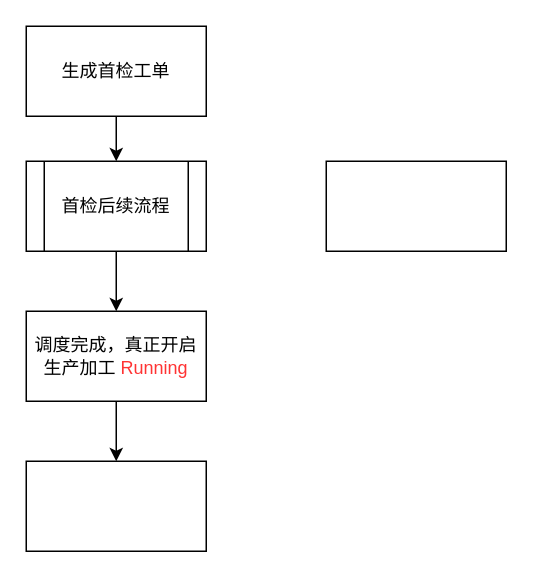
Earlier version of the draw.io diagram page "巡检" (2 of 2) of 首检流程.drawio (sstlin/os-shell). Source tidied: cells renumbered, new cells numbered last; positions are measured from the earlier drawing's top-left corner, leaving out a move shared by most shapes. Both pictures are drawn from the tidied source at 150%, with x=0, y=0 at pixel (26, 26).
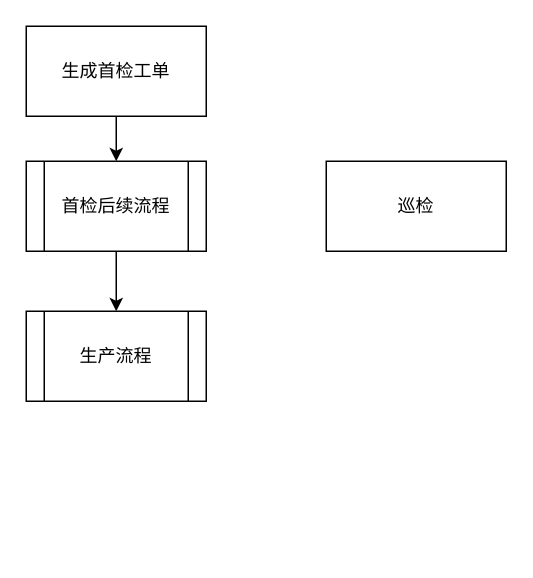
The same page after the edit.

Commit message (it also covers changes not shown here):
更新首检流程.drawio

Change to the diagram source:
```diff
@@
 <mxGraphModel>
   <root>
     <mxCell id="0" />
     <mxCell id="1" parent="0" />
-    <mxCell id="2" style="edgeStyle=orthogonalEdgeStyle;rounded=0;jettySize=auto;html=1;exitX=0.5;exitY=1;exitDx=0;exitDy=0;entryX=0.5;entryY=0;entryDx=0;entryDy=0;" parent="1" edge="1" source="3" target="4">
-      <mxGeometry relative="1" as="geometry" />
-    </mxCell>
-    <mxCell id="3" value="调度完成，真正开启生产加工 &lt;font color=&quot;#ff3333&quot;&gt;Running&lt;/font&gt;" style="whiteSpace=wrap;html=1;rounded=0;" parent="1" vertex="1">
-      <mxGeometry y="190" width="120" height="60" as="geometry" />
-    </mxCell>
-    <mxCell id="4" style="rounded=0;whiteSpace=wrap;html=1;" parent="1" vertex="1">
-      <mxGeometry y="290" width="120" height="60" as="geometry" />
-    </mxCell>
     <mxCell id="5" style="edgeStyle=orthogonalEdgeStyle;rounded=0;jettySize=auto;html=1;exitX=0.5;exitY=1;exitDx=0;exitDy=0;entryX=0.5;entryY=0;entryDx=0;entryDy=0;" parent="1" edge="1" source="6" target="8">
       <mxGeometry relative="1" as="geometry" />
     </mxCell>
     <mxCell id="6" value="生成首检工单" style="rounded=0;whiteSpace=wrap;html=1;" parent="1" vertex="1">
       <mxGeometry width="120" height="60" as="geometry" />
     </mxCell>
-    <mxCell id="7" style="edgeStyle=orthogonalEdgeStyle;rounded=0;jettySize=auto;html=1;exitX=0.5;exitY=1;exitDx=0;exitDy=0;entryX=0.5;entryY=0;entryDx=0;entryDy=0;" parent="1" edge="1" source="8" target="3">
-      <mxGeometry relative="1" as="geometry" />
+    <mxCell id="7" style="edgeStyle=orthogonalEdgeStyle;rounded=0;jettySize=auto;html=1;exitX=0.5;exitY=1;exitDx=0;exitDy=0;entryX=0.5;entryY=0;entryDx=0;entryDy=0;" parent="1" edge="1" source="8">
+      <mxGeometry relative="1" as="geometry">
+        <mxPoint x="60" y="190" as="targetPoint" />
+      </mxGeometry>
     </mxCell>
     <mxCell id="8" value="首检后续流程" style="shape=process;whiteSpace=wrap;html=1;backgroundOutline=1;" parent="1" vertex="1">
       <mxGeometry y="90" width="120" height="60" as="geometry" />
     </mxCell>
-    <mxCell id="9" style="rounded=0;whiteSpace=wrap;html=1;" parent="1" vertex="1">
+    <mxCell id="9" value="巡检" style="rounded=0;whiteSpace=wrap;html=1;" parent="1" vertex="1">
       <mxGeometry x="200" y="90" width="120" height="60" as="geometry" />
     </mxCell>
+    <mxCell id="10" value="生产流程" style="shape=process;whiteSpace=wrap;html=1;backgroundOutline=1;" parent="1" vertex="1">
+      <mxGeometry y="190" width="120" height="60" as="geometry" />
+    </mxCell>
   </root>
 </mxGraphModel>
```
